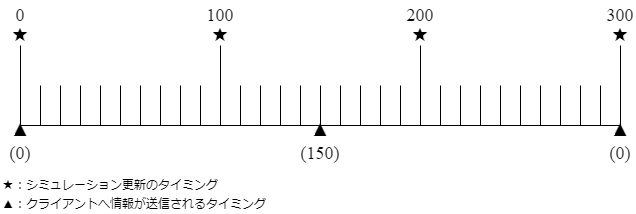
Earlier version of the draw.io export 2/connection.png (SuperTikuwa/thesis-images). Source tidied: cells renumbered, new cells last; positions are measured from the earlier drawing's top-left corner, leaving out a move shared by most shapes.
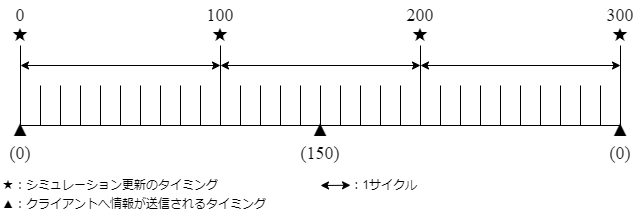
After the change.

Commit message:
connection.png を追加しました。

Diff of the diagram source:
```diff
@@ -242,5 +242,32 @@
     <mxCell id="49" value="&lt;font face=&quot;Times New Roman&quot; style=&quot;font-size: 12px;&quot;&gt;▲：クライアントへ情報が送信されるタイミング&lt;/font&gt;" style="text;html=1;strokeColor=none;fillColor=none;align=left;verticalAlign=middle;whiteSpace=wrap;rounded=0;fontSize=12;" parent="1" vertex="1">
       <mxGeometry y="195" width="300" height="17.5" as="geometry" />
     </mxCell>
+    <mxCell id="50" style="endArrow=classic;startArrow=classic;html=1;rounded=0;fontSize=12;" parent="1" edge="1">
+      <mxGeometry relative="1" as="geometry">
+        <mxPoint x="20" y="65" as="sourcePoint" />
+        <mxPoint x="220" y="65" as="targetPoint" />
+      </mxGeometry>
+    </mxCell>
+    <mxCell id="51" style="endArrow=classic;startArrow=classic;html=1;rounded=0;fontSize=12;" parent="1" edge="1">
+      <mxGeometry relative="1" as="geometry">
+        <mxPoint x="220" y="65" as="sourcePoint" />
+        <mxPoint x="420" y="65" as="targetPoint" />
+      </mxGeometry>
+    </mxCell>
+    <mxCell id="52" style="endArrow=classic;startArrow=classic;html=1;rounded=0;fontSize=12;" parent="1" edge="1">
+      <mxGeometry relative="1" as="geometry">
+        <mxPoint x="420" y="65" as="sourcePoint" />
+        <mxPoint x="620" y="65" as="targetPoint" />
+      </mxGeometry>
+    </mxCell>
+    <mxCell id="53" style="endArrow=classic;startArrow=classic;html=1;rounded=0;fontSize=12;" parent="1" edge="1">
+      <mxGeometry relative="1" as="geometry">
+        <mxPoint x="320" y="185" as="sourcePoint" />
+        <mxPoint x="350" y="184.8" as="targetPoint" />
+      </mxGeometry>
+    </mxCell>
+    <mxCell id="54" value="&lt;font style=&quot;font-size: 12px;&quot;&gt;&amp;nbsp; &amp;nbsp; ：1サイクル&lt;/font&gt;" style="text;html=1;strokeColor=none;fillColor=none;align=left;verticalAlign=middle;whiteSpace=wrap;rounded=0;fontSize=12;" parent="1" vertex="1">
+      <mxGeometry x="335" y="175" width="240" height="20" as="geometry" />
+    </mxCell>
   </root>
 </mxGraphModel>
```
